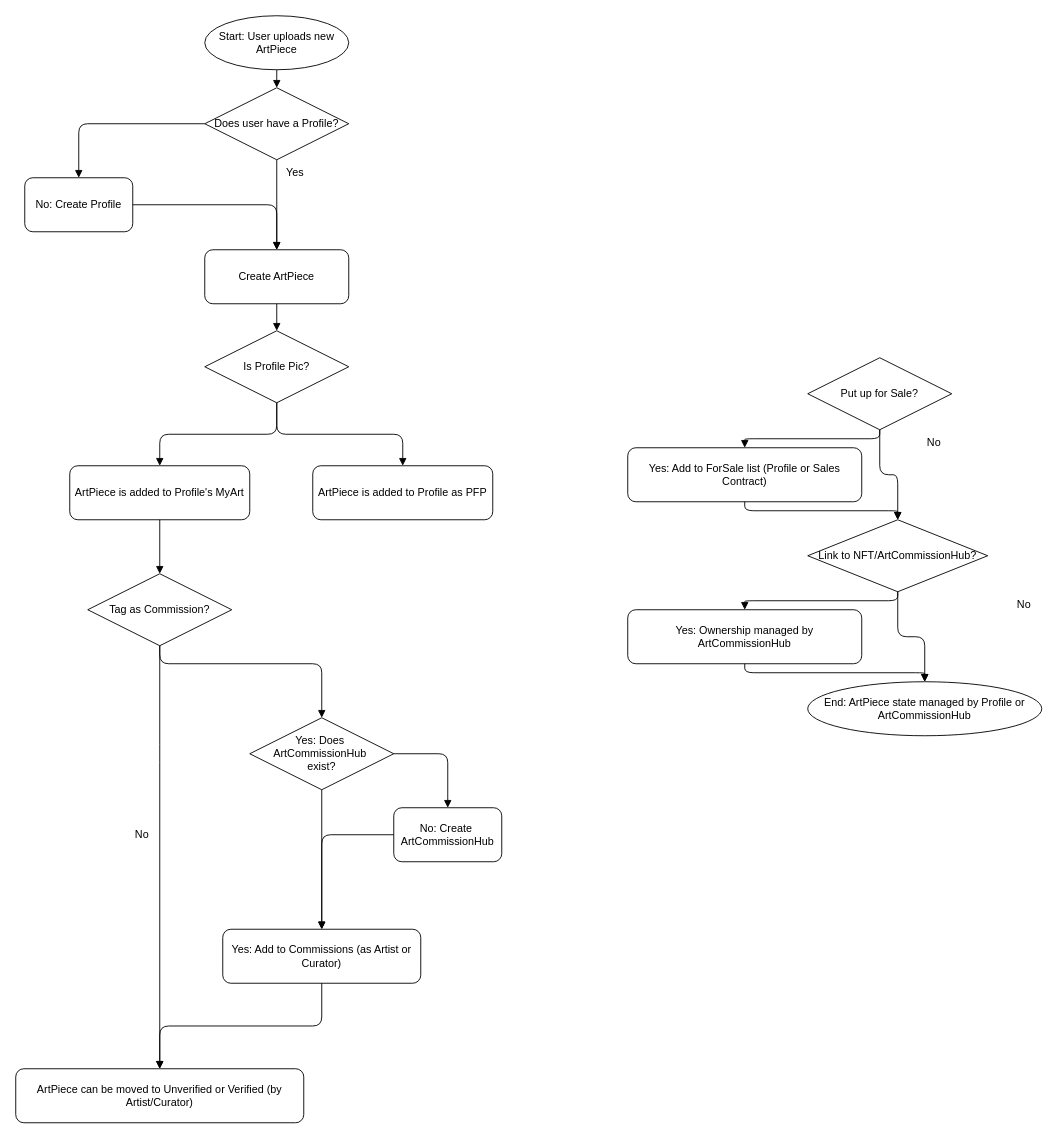
The draw.io diagram page "ArtPiece Flow" (4 of 6) of documentation/Commission Art.drawio in andrewtheiss/CommissionArt, before the edit. Source tidied: cells renumbered, new cells numbered last; positions are measured from the earlier drawing's top-left corner, leaving out a move shared by most shapes. Both pictures are drawn from the tidied source at 90%, with x=0, y=0 at pixel (15, 15).
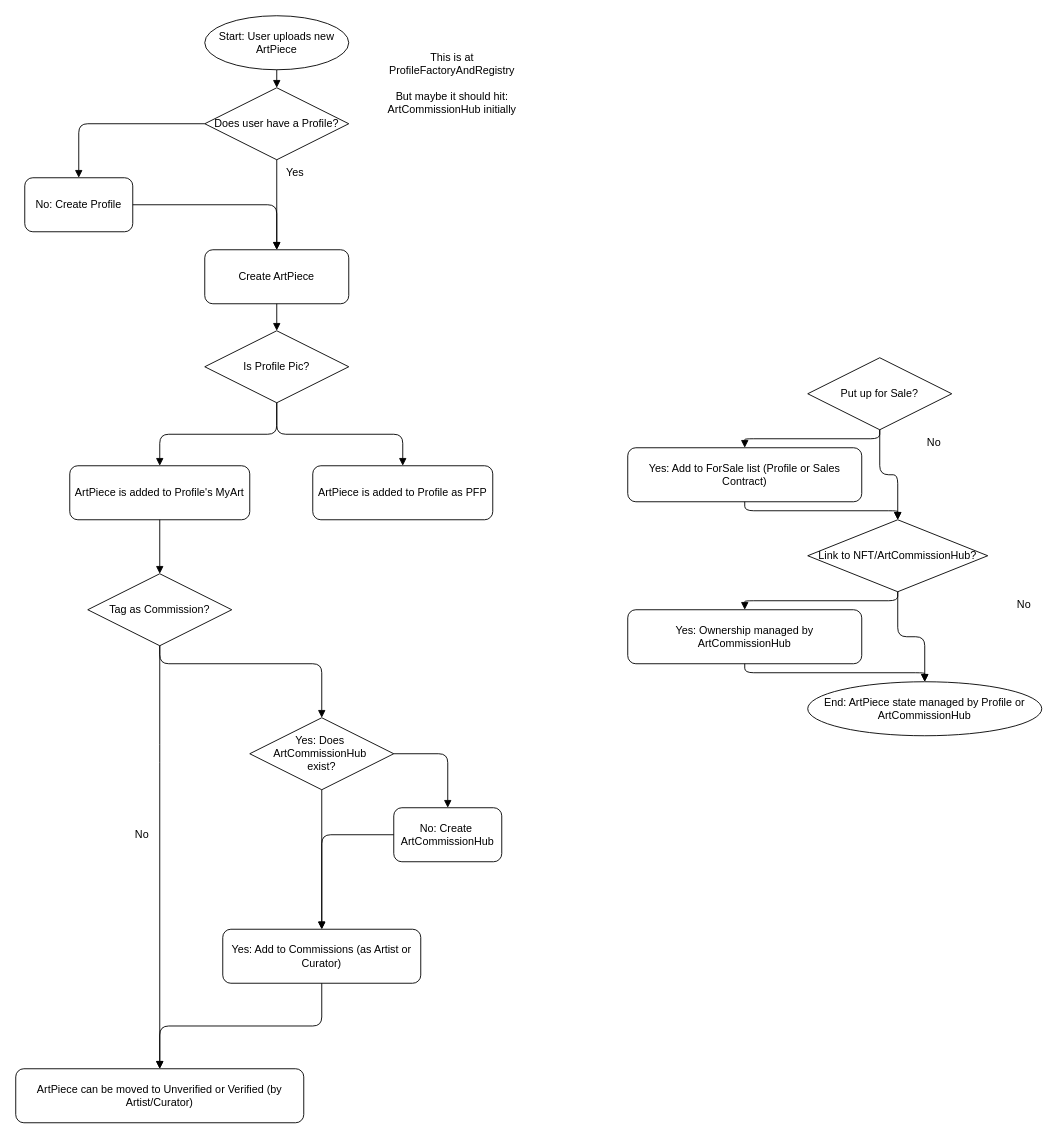
The same diagram, later.

The edit, as a diff of the source:
```diff
@@
+    <mxCell id="43" value="This is at ProfileFactoryAndRegistry&lt;br&gt;&lt;br&gt;But maybe it should hit:&lt;br&gt;ArtCommissionHub initially" style="text;strokeColor=none;align=center;fillColor=none;html=1;verticalAlign=middle;whiteSpace=wrap;rounded=0;" parent="1" vertex="1">
+      <mxGeometry x="390" y="60" width="190" height="30" as="geometry" />
+    </mxCell>
```
